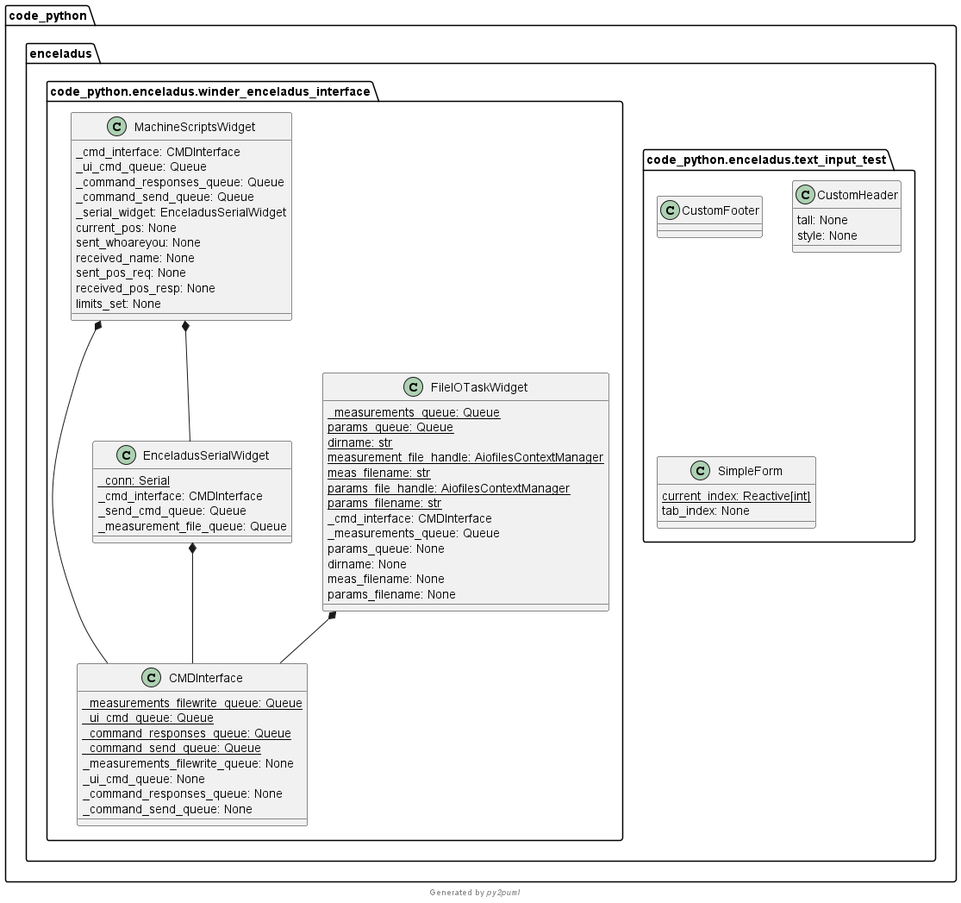
The PlantUML diagram Code_Schematics/code_python.png in LexSoko/CES_Projekt, before a commit.
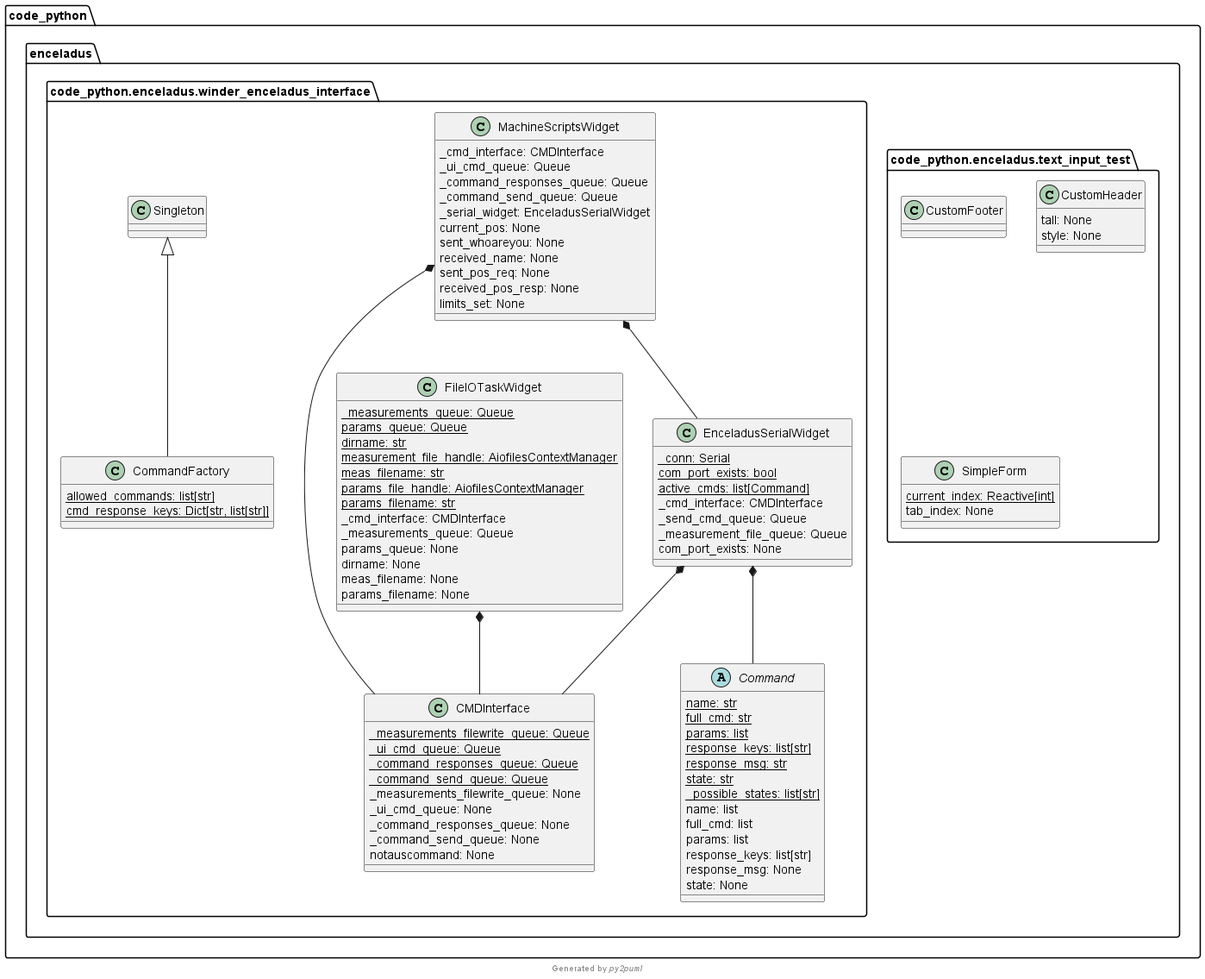
The same file after the commit.

Commit message:
some prep for friday

What changed in the source:
```diff
@@ -22,12 +22,35 @@
   _ui_cmd_queue: None
   _command_responses_queue: None
   _command_send_queue: None
+  notauscommand: None
+}
+abstract class code_python.enceladus.winder_enceladus_interface.Command {
+  name: str {static}
+  full_cmd: str {static}
+  params: list {static}
+  response_keys: list[str] {static}
+  response_msg: str {static}
+  state: str {static}
+  _possible_states: list[str] {static}
+  name: list
+  full_cmd: list
+  params: list
+  response_keys: list[str]
+  response_msg: None
+  state: None
+}
+class code_python.enceladus.winder_enceladus_interface.CommandFactory {
+  allowed_commands: list[str] {static}
+  cmd_response_keys: Dict[str, list[str]] {static}
 }
 class code_python.enceladus.winder_enceladus_interface.EnceladusSerialWidget {
   _conn: Serial {static}
+  com_port_exists: bool {static}
+  active_cmds: list[Command] {static}
   _cmd_interface: CMDInterface
   _send_cmd_queue: Queue
   _measurement_file_queue: Queue
+  com_port_exists: None
 }
 class code_python.enceladus.winder_enceladus_interface.FileIOTaskWidget {
   _measurements_queue: Queue {static}
@@ -57,6 +80,10 @@
   received_pos_resp: None
   limits_set: None
 }
+class code_python.enceladus.winder_enceladus_interface.Singleton {
+}
+code_python.enceladus.winder_enceladus_interface.Singleton <|-- code_python.enceladus.winder_enceladus_interface.CommandFactory
+code_python.enceladus.winder_enceladus_interface.EnceladusSerialWidget *-- code_python.enceladus.winder_enceladus_interface.Command
 code_python.enceladus.winder_enceladus_interface.EnceladusSerialWidget *-- code_python.enceladus.winder_enceladus_interface.CMDInterface
 code_python.enceladus.winder_enceladus_interface.FileIOTaskWidget *-- code_python.enceladus.winder_enceladus_interface.CMDInterface
 code_python.enceladus.winder_enceladus_interface.MachineScriptsWidget *-- code_python.enceladus.winder_enceladus_interface.CMDInterface
```
